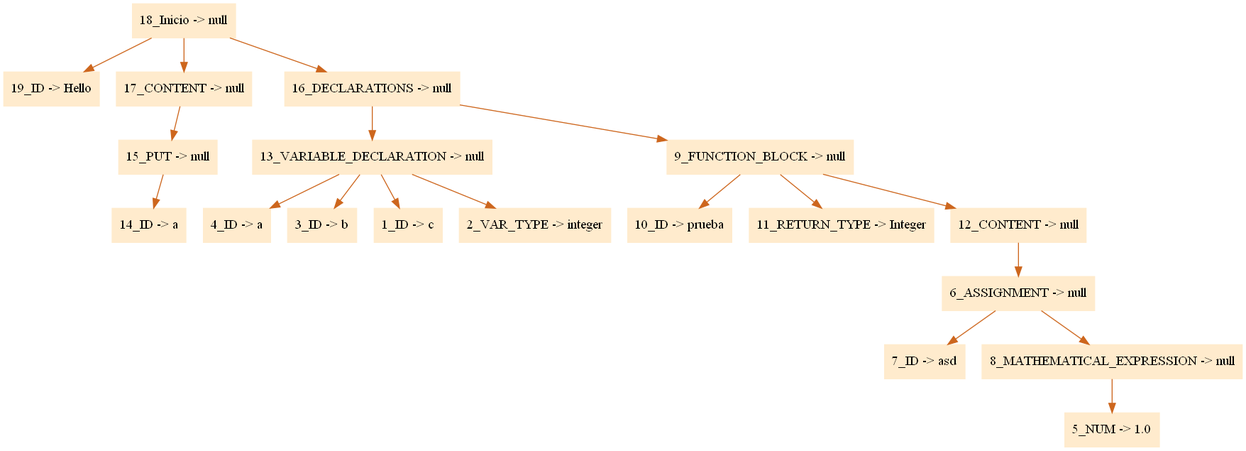
This is arbol.png from FranciscoPagoaga/Ada95-Compiler, a Graphviz export, as it was before one commit. Its source is kept beside it as arbol.dot.
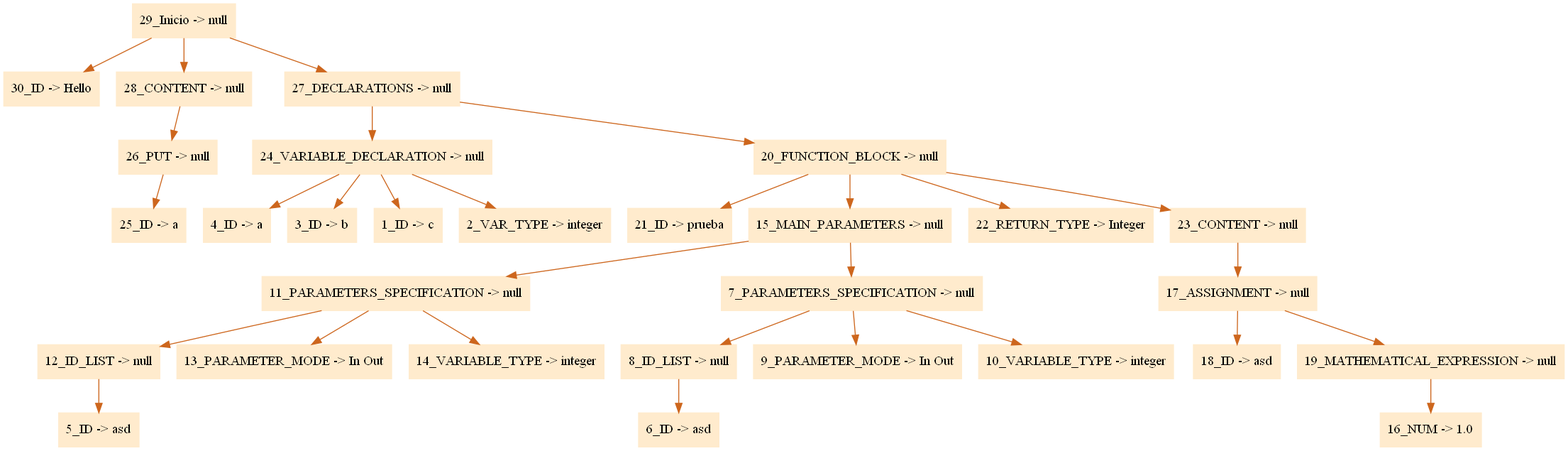
After the commit.

The edit, as a diff of the source:
```diff
@@ -1,23 +1,34 @@
 digraph G {node[shape=box, style=filled, color=blanchedalmond]; edge[color=chocolate3];rankdir=UD
 
-"18_Inicio -> null"->"19_ID -> Hello"
-"18_Inicio -> null"->"17_CONTENT -> null"
-"17_CONTENT -> null"->"15_PUT -> null"
-"15_PUT -> null"->"14_ID -> a"
-"18_Inicio -> null"->"16_DECLARATIONS -> null"
-"16_DECLARATIONS -> null"->"13_VARIABLE_DECLARATION -> null"
-"13_VARIABLE_DECLARATION -> null"->"4_ID -> a"
-"13_VARIABLE_DECLARATION -> null"->"3_ID -> b"
-"13_VARIABLE_DECLARATION -> null"->"1_ID -> c"
-"13_VARIABLE_DECLARATION -> null"->"2_VAR_TYPE -> integer"
-"16_DECLARATIONS -> null"->"9_FUNCTION_BLOCK -> null"
-"9_FUNCTION_BLOCK -> null"->"10_ID -> prueba"
-"9_FUNCTION_BLOCK -> null"->"11_RETURN_TYPE -> Integer"
-"9_FUNCTION_BLOCK -> null"->"12_CONTENT -> null"
-"12_CONTENT -> null"->"6_ASSIGNMENT -> null"
-"6_ASSIGNMENT -> null"->"7_ID -> asd"
-"6_ASSIGNMENT -> null"->"8_MATHEMATICAL_EXPRESSION -> null"
-"8_MATHEMATICAL_EXPRESSION -> null"->"5_NUM -> 1.0"
+"29_Inicio -> null"->"30_ID -> Hello"
+"29_Inicio -> null"->"28_CONTENT -> null"
+"28_CONTENT -> null"->"26_PUT -> null"
+"26_PUT -> null"->"25_ID -> a"
+"29_Inicio -> null"->"27_DECLARATIONS -> null"
+"27_DECLARATIONS -> null"->"24_VARIABLE_DECLARATION -> null"
+"24_VARIABLE_DECLARATION -> null"->"4_ID -> a"
+"24_VARIABLE_DECLARATION -> null"->"3_ID -> b"
+"24_VARIABLE_DECLARATION -> null"->"1_ID -> c"
+"24_VARIABLE_DECLARATION -> null"->"2_VAR_TYPE -> integer"
+"27_DECLARATIONS -> null"->"20_FUNCTION_BLOCK -> null"
+"20_FUNCTION_BLOCK -> null"->"21_ID -> prueba"
+"20_FUNCTION_BLOCK -> null"->"15_MAIN_PARAMETERS -> null"
+"15_MAIN_PARAMETERS -> null"->"11_PARAMETERS_SPECIFICATION -> null"
+"11_PARAMETERS_SPECIFICATION -> null"->"12_ID_LIST -> null"
+"12_ID_LIST -> null"->"5_ID -> asd"
+"11_PARAMETERS_SPECIFICATION -> null"->"13_PARAMETER_MODE -> In Out"
+"11_PARAMETERS_SPECIFICATION -> null"->"14_VARIABLE_TYPE -> integer"
+"15_MAIN_PARAMETERS -> null"->"7_PARAMETERS_SPECIFICATION -> null"
+"7_PARAMETERS_SPECIFICATION -> null"->"8_ID_LIST -> null"
+"8_ID_LIST -> null"->"6_ID -> asd"
+"7_PARAMETERS_SPECIFICATION -> null"->"9_PARAMETER_MODE -> In Out"
+"7_PARAMETERS_SPECIFICATION -> null"->"10_VARIABLE_TYPE -> integer"
+"20_FUNCTION_BLOCK -> null"->"22_RETURN_TYPE -> Integer"
+"20_FUNCTION_BLOCK -> null"->"23_CONTENT -> null"
+"23_CONTENT -> null"->"17_ASSIGNMENT -> null"
+"17_ASSIGNMENT -> null"->"18_ID -> asd"
+"17_ASSIGNMENT -> null"->"19_MATHEMATICAL_EXPRESSION -> null"
+"19_MATHEMATICAL_EXPRESSION -> null"->"16_NUM -> 1.0"
 
 
 }
```
